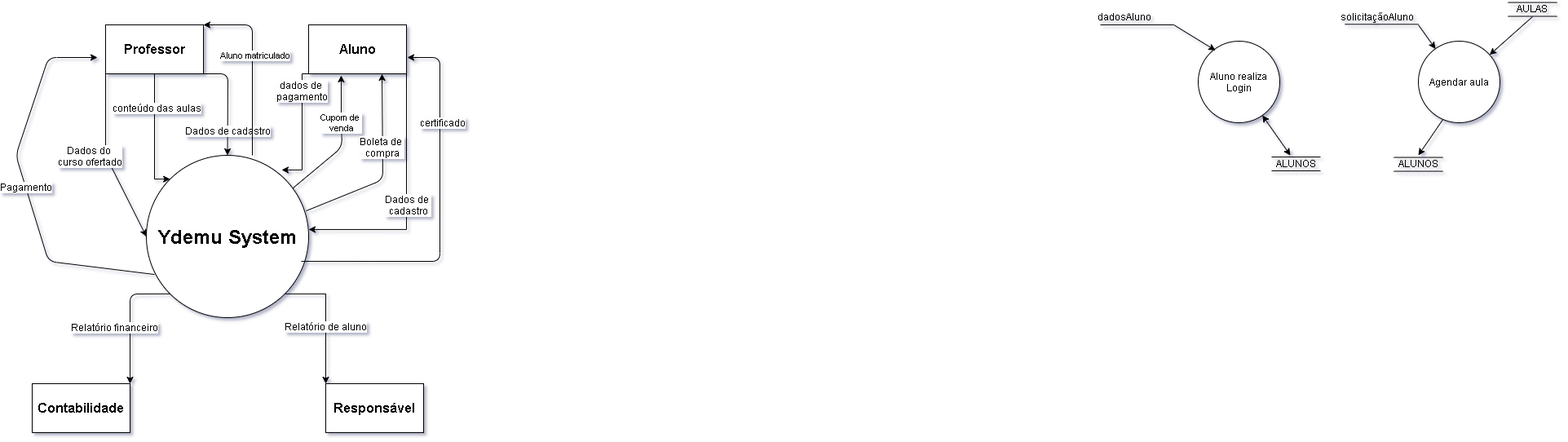
Before: contexto.png, a diagram exported from draw.io (gabrielmaximo/UFU). Source tidied: cells renumbered, new cells last; positions are measured from the earlier drawing's top-left corner, leaving out a move shared by most shapes.
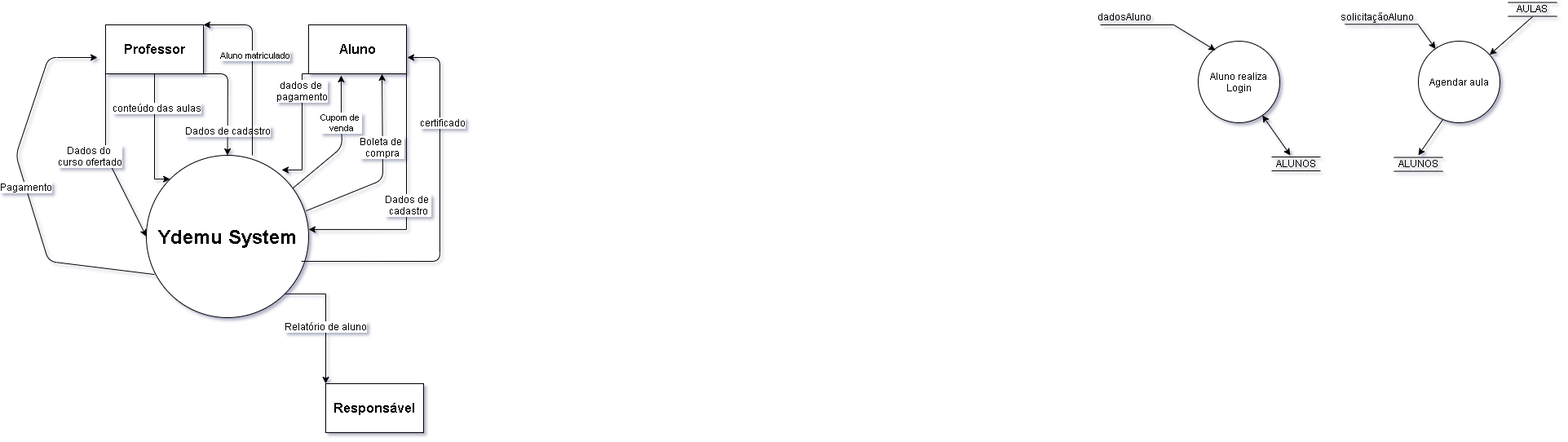
Above is the later version.

Change to the diagram source:
```diff
@@ -99,24 +99,9 @@
         <mxPoint y="19" as="offset" />
       </mxGeometry>
     </mxCell>
-    <mxCell id="20" value="&lt;b&gt;&lt;font style=&quot;font-size: 16px&quot;&gt;Contabilidade&lt;/font&gt;&lt;/b&gt;" style="rounded=0;whiteSpace=wrap;html=1;fillColor=#ffffff;" parent="1" vertex="1">
-      <mxGeometry x="20" y="470" width="120" height="60" as="geometry" />
-    </mxCell>
     <mxCell id="21" value="&lt;font style=&quot;font-size: 16px&quot;&gt;&lt;b&gt;&lt;font style=&quot;font-size: 16px&quot;&gt;Re&lt;/font&gt;sponsável&lt;/b&gt;&lt;/font&gt;" style="rounded=0;whiteSpace=wrap;html=1;" parent="1" vertex="1">
       <mxGeometry x="380" y="470" width="120" height="60" as="geometry" />
     </mxCell>
-    <mxCell id="22" style="endArrow=classic;html=1;exitX=0;exitY=1;exitDx=0;exitDy=0;entryX=1;entryY=0;entryDx=0;entryDy=0;" parent="1" edge="1" source="3" target="20">
-      <mxGeometry relative="1" as="geometry">
-        <Array as="points">
-          <mxPoint x="140" y="360" />
-        </Array>
-      </mxGeometry>
-    </mxCell>
-    <mxCell id="23" value="&lt;font style=&quot;font-size: 12px&quot;&gt;Relatório financeiro&lt;/font&gt;" style="edgeLabel;html=1;align=center;verticalAlign=middle;" parent="22" vertex="1">
-      <mxGeometry relative="1" as="geometry">
-        <mxPoint x="-19.6" y="10.1" as="offset" />
-      </mxGeometry>
-    </mxCell>
     <mxCell id="24" style="endArrow=classic;html=1;exitX=0.05;exitY=0.734;exitDx=0;exitDy=0;exitPerimeter=0;" parent="1" edge="1" source="3">
       <mxGeometry relative="1" as="geometry">
         <mxPoint x="100" y="70" as="targetPoint" />
```
